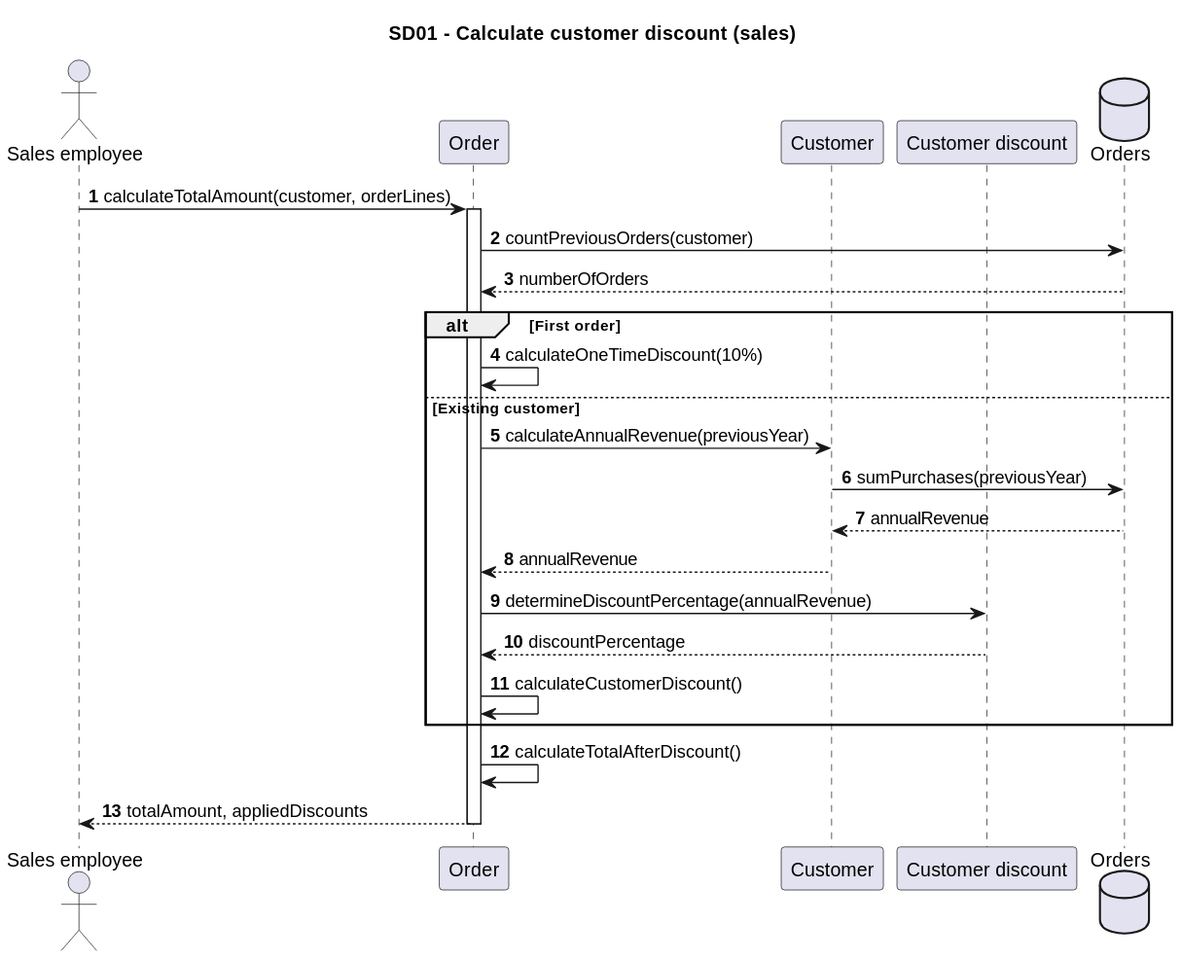
Earlier version of the PlantUML export Documentation/Architecture/uml/export/sequence_diagrams/SD01_Klantenkorting.svg (ViktorQorri/Project-Timaflu).
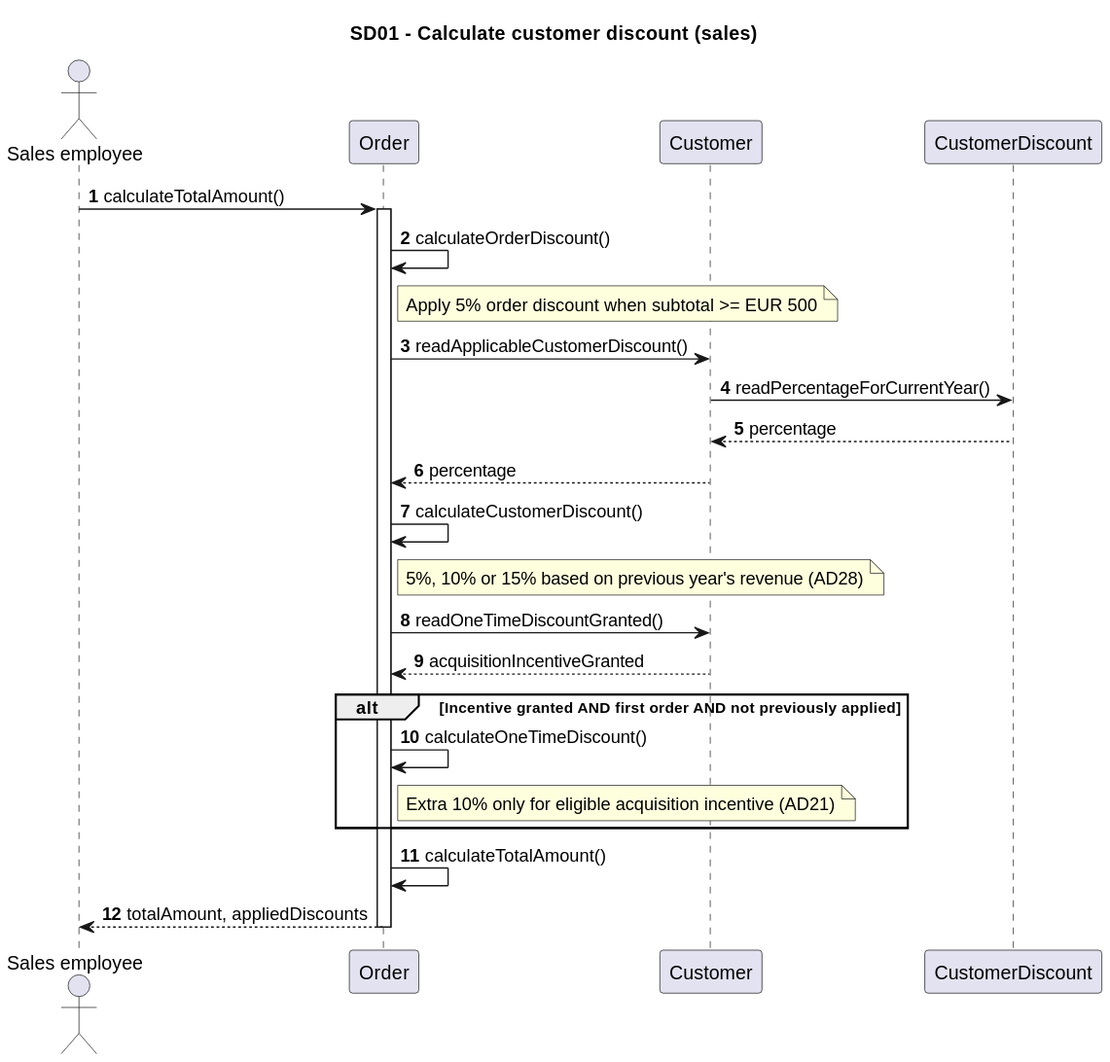
Later version of the same file.

What changed in the source:
```diff
@@ -5,25 +5,25 @@
 actor "Sales employee" as V
 participant "Order" as O
 participant "Customer" as K
-participant "Customer discount" as D
-database "Orders" as DB
+participant "CustomerDiscount" as D
 
-V -> O: calculateTotalAmount(customer, orderLines)
+V -> O: calculateTotalAmount()
 activate O
-O -> DB: countPreviousOrders(customer)
-DB --> O: numberOfOrders
-alt First order
-  O -> O: calculateOneTimeDiscount(10%)
-else Existing customer
-  O -> K: calculateAnnualRevenue(previousYear)
-  K -> DB: sumPurchases(previousYear)
-  DB --> K: annualRevenue
-  K --> O: annualRevenue
-  O -> D: determineDiscountPercentage(annualRevenue)
-  D --> O: discountPercentage
-  O -> O: calculateCustomerDiscount()
+O -> O: calculateOrderDiscount()
+note right of O: Apply 5% order discount when subtotal >= EUR 500
+O -> K: readApplicableCustomerDiscount()
+K -> D: readPercentageForCurrentYear()
+D --> K: percentage
+K --> O: percentage
+O -> O: calculateCustomerDiscount()
+note right of O: 5%, 10% or 15% based on previous year's revenue (AD28)
+O -> K: readOneTimeDiscountGranted()
+K --> O: acquisitionIncentiveGranted
+alt Incentive granted AND first order AND not previously applied
+  O -> O: calculateOneTimeDiscount()
+  note right of O: Extra 10% only for eligible acquisition incentive (AD21)
 end
-O -> O: calculateTotalAfterDiscount()
+O -> O: calculateTotalAmount()
 O --> V: totalAmount, appliedDiscounts
 deactivate O
 @enduml
```
